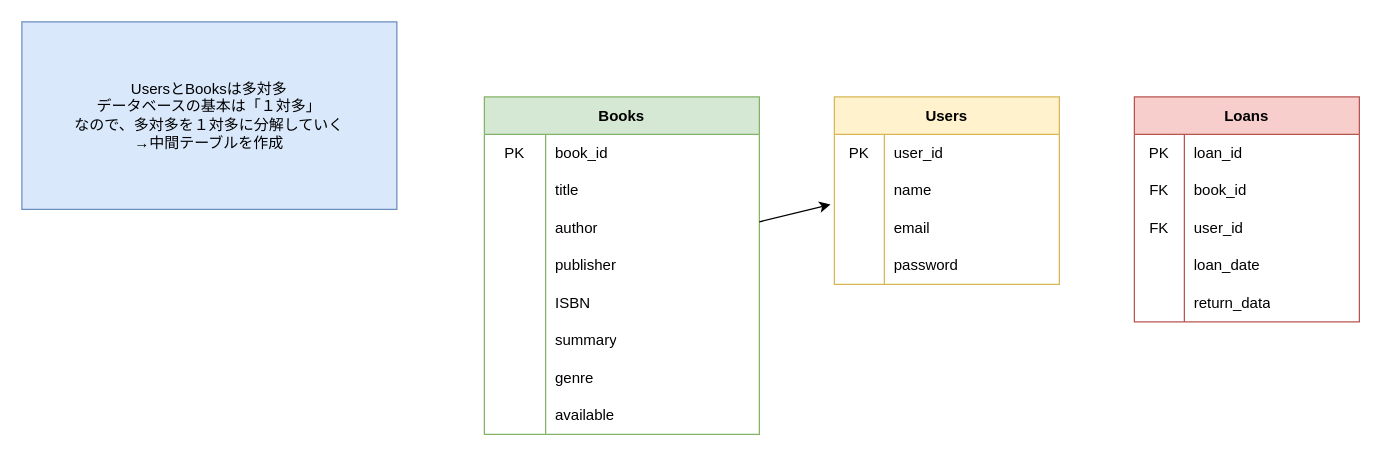
Above: app.drawio in ayapes/laravel_vue_app (draw.io), before the change. Source tidied: cells renumbered, new cells numbered last; positions are measured from the earlier drawing's top-left corner, leaving out a move shared by most shapes. Both pictures are drawn from the tidied source at 125%, with x=0, y=0 at pixel (21, 21).
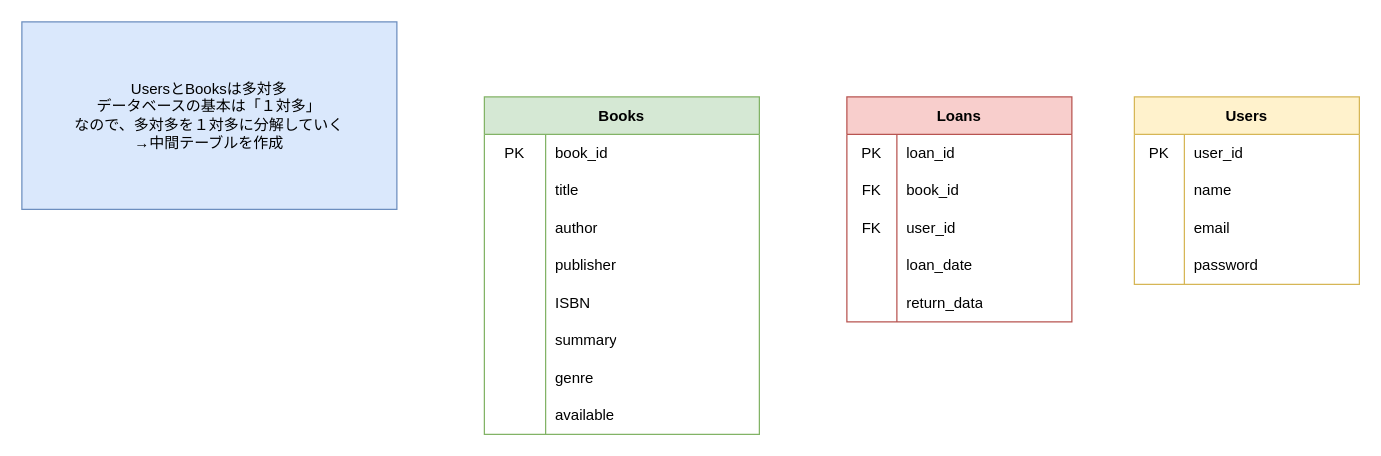
The same diagram, later.

The change refers to these unchanged cells:
```xml
<mxCell id="34" style="shape=tableRow;horizontal=0;startSize=0;swimlaneHead=0;swimlaneBody=0;top=0;left=0;bottom=0;right=0;fillColor=none;points=[[0,0.5],[1,0.5]];portConstraint=eastwest;" parent="27" vertex="1">
  <mxGeometry y="90" width="180" height="30" as="geometry" />
</mxCell>
```

Change to the diagram source:
```diff
@@
     <mxCell id="27" value="Users" style="shape=table;startSize=30;childLayout=tableLayout;rowLines=0;fontStyle=1;fillColor=#fff2cc;strokeColor=#d6b656;" parent="1" vertex="1">
-      <mxGeometry x="650" y="60" width="180" height="150" as="geometry" />
+      <mxGeometry x="890" y="60" width="180" height="150" as="geometry" />
     </mxCell>
@@
     <mxCell id="40" value="Loans" style="shape=table;startSize=30;childLayout=tableLayout;rowLines=0;fontStyle=1;fillColor=#f8cecc;strokeColor=#b85450;" parent="1" vertex="1">
-      <mxGeometry x="890" y="60" width="180" height="180" as="geometry" />
+      <mxGeometry x="660" y="60" width="180" height="180" as="geometry" />
     </mxCell>
@@
-    <mxCell id="57" style="edgeStyle=none;html=1;entryX=-0.017;entryY=-0.133;entryDx=0;entryDy=0;entryPerimeter=0;" parent="1" edge="1" target="34">
-      <mxGeometry relative="1" as="geometry">
-        <mxPoint x="590" y="160" as="sourcePoint" />
-      </mxGeometry>
-    </mxCell>
```
